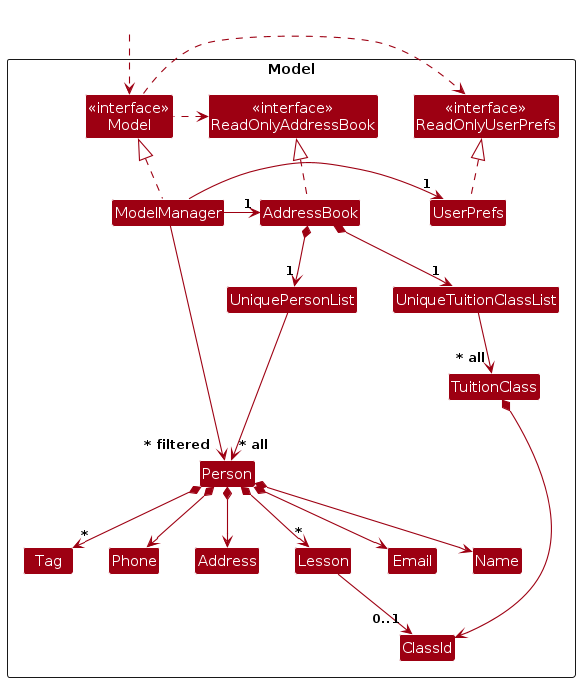
Before: diagrams/ModelClassDiagram.png, a diagram exported from PlantUML (AY2627S1-CS2103T-T12-2/tp). Its source is kept beside it as diagrams/ModelClassDiagram.puml.
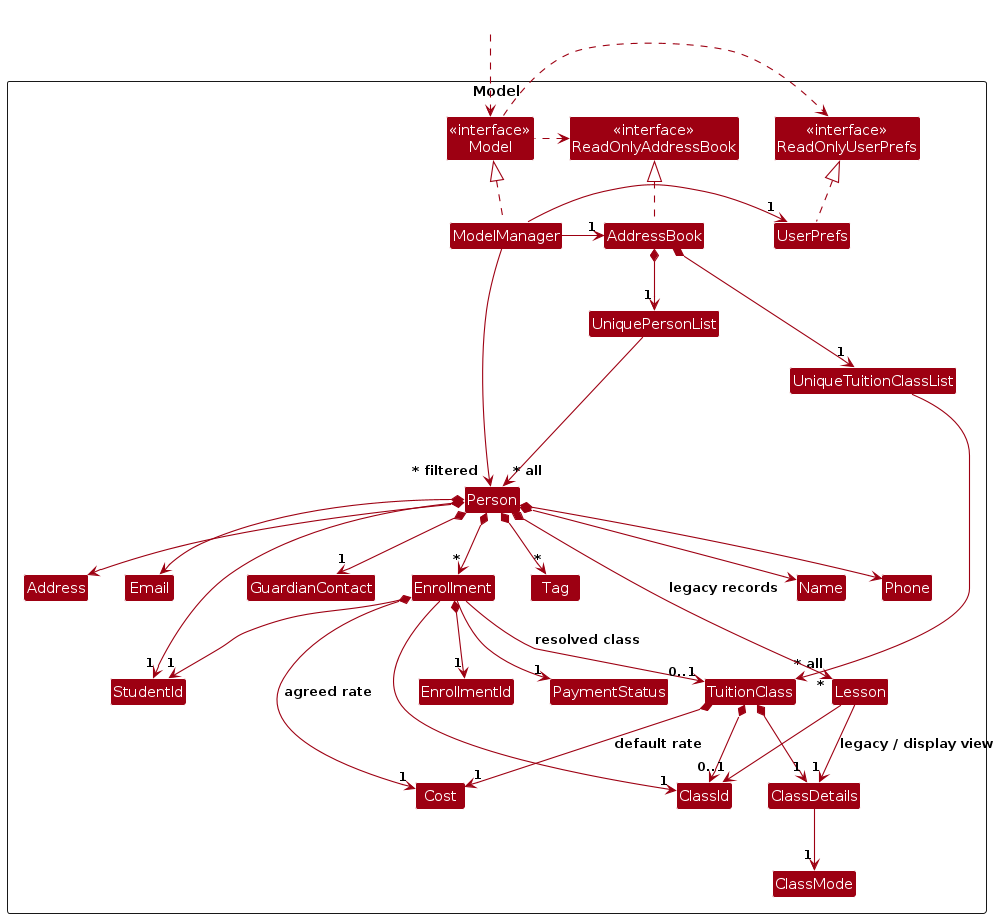
Above is the later version.

Diff of the diagram source:
```diff
@@ -15,7 +15,15 @@
 Class UniquePersonList
 Class UniqueTuitionClassList
 Class Person
+Class StudentId
+Class GuardianContact
+Class Enrollment
+Class EnrollmentId
+Enum PaymentStatus
 Class TuitionClass
+Class ClassDetails
+Enum ClassMode
+Class Cost
 Class Lesson
 Class ClassId
 Class Address
@@ -48,9 +56,22 @@
 Person *--> Email
 Person *--> Address
 Person *--> "*" Tag
-Person *--> "*" Lesson
+Person *--> "1" StudentId
+Person *--> "1" GuardianContact
+Person *--> "*" Enrollment
+Person *--> "*" Lesson : legacy records
+Enrollment *--> "1" EnrollmentId
+Enrollment --> "1" StudentId
+Enrollment --> "1" ClassId
+Enrollment --> "0..1" TuitionClass : resolved class
+Enrollment *--> "1" Cost : agreed rate
+Enrollment --> "1" PaymentStatus
 TuitionClass *--> ClassId
+TuitionClass *--> "1" Cost : default rate
+TuitionClass *--> "1" ClassDetails
+ClassDetails --> "1" ClassMode
 Lesson --> "0..1" ClassId
+Lesson --> "1" ClassDetails : legacy / display view
 
 Person -[hidden]up--> I
 UniquePersonList -[hidden]right-> I
```
